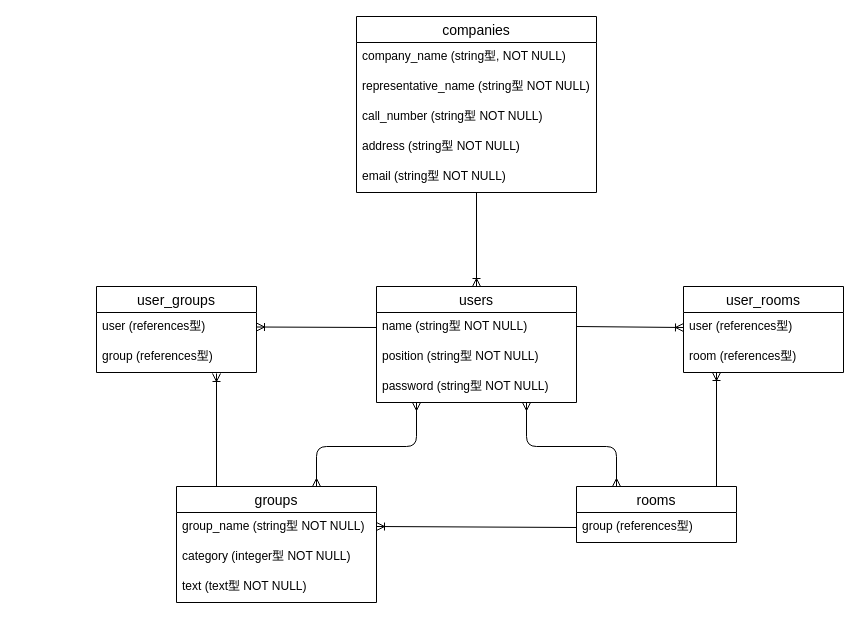
The draw.io diagram test.dio in popo03/chatpool-app, before the edit. Source tidied: cells renumbered, new cells numbered last; positions are measured from the earlier drawing's top-left corner, leaving out a move shared by most shapes. Both pictures are drawn from the tidied source at 100%, with x=0, y=0 at pixel (96, 16).
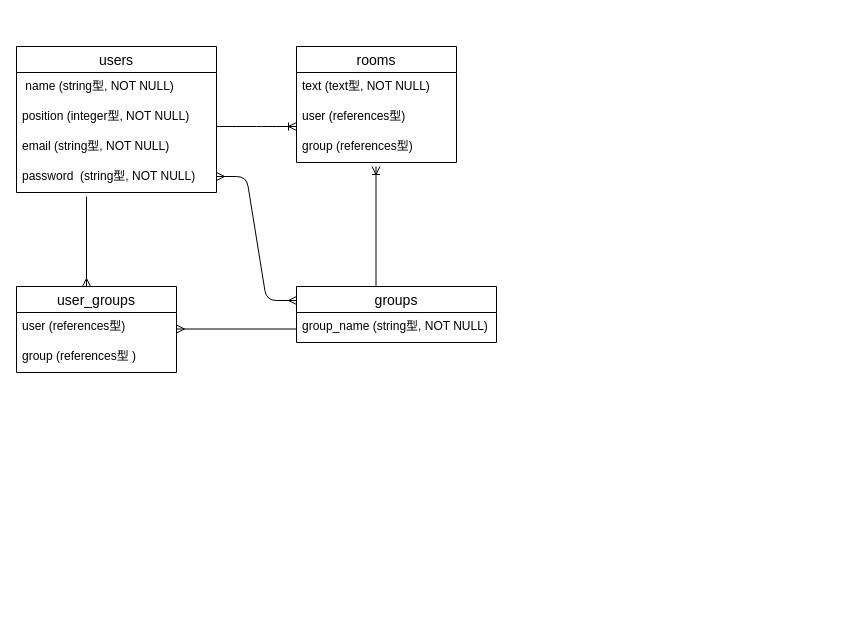
The same page after the edit.

Diff of the diagram source:
```diff
@@
-    <mxCell id="2" value="companies" style="swimlane;fontStyle=0;horizontal=1;startSize=26;align=center;fontSize=14;" parent="1" vertex="1">
-      <mxGeometry x="260" width="240" height="176" as="geometry" />
+    <mxCell id="2" value="users" style="swimlane;fontStyle=0;horizontal=1;startSize=26;align=center;fontSize=14;" parent="1" vertex="1">
+      <mxGeometry x="-80" y="30" width="200" height="146" as="geometry" />
     </mxCell>
-    <mxCell id="3" value="company_name (string型, NOT NULL)" style="text;strokeColor=none;fillColor=none;spacingLeft=4;spacingRight=4;overflow=hidden;fontSize=12;" parent="2" vertex="1">
-      <mxGeometry y="26" width="240" height="30" as="geometry" />
+    <mxCell id="3" value=" name (string型, NOT NULL)" style="text;strokeColor=none;fillColor=none;spacingLeft=4;spacingRight=4;overflow=hidden;fontSize=12;" parent="2" vertex="1">
+      <mxGeometry y="26" width="200" height="30" as="geometry" />
     </mxCell>
-    <mxCell id="4" value="representative_name (string型 NOT NULL)" style="text;strokeColor=none;fillColor=none;spacingLeft=4;spacingRight=4;overflow=hidden;fontSize=12;" parent="2" vertex="1">
-      <mxGeometry y="56" width="240" height="30" as="geometry" />
+    <mxCell id="4" value="position (integer型, NOT NULL)" style="text;strokeColor=none;fillColor=none;spacingLeft=4;spacingRight=4;overflow=hidden;fontSize=12;" parent="2" vertex="1">
+      <mxGeometry y="56" width="200" height="30" as="geometry" />
     </mxCell>
-    <mxCell id="5" value="call_number (string型 NOT NULL)" style="text;strokeColor=none;fillColor=none;spacingLeft=4;spacingRight=4;overflow=hidden;fontSize=12;" parent="2" vertex="1">
-      <mxGeometry y="86" width="240" height="30" as="geometry" />
-    </mxCell>
-    <mxCell id="6" value="address (string型 NOT NULL)" style="text;strokeColor=none;fillColor=none;spacingLeft=4;spacingRight=4;overflow=hidden;fontSize=12;" parent="2" vertex="1">
-      <mxGeometry y="116" width="240" height="30" as="geometry" />
-    </mxCell>
+    <mxCell id="32" value="email (string型, NOT NULL)" style="text;strokeColor=none;fillColor=none;spacingLeft=4;spacingRight=4;overflow=hidden;fontSize=12;" parent="2" vertex="1">
+      <mxGeometry y="86" width="200" height="30" as="geometry" />
+    </mxCell>
-    <mxCell id="7" value="email (string型 NOT NULL)" style="text;strokeColor=none;fillColor=none;spacingLeft=4;spacingRight=4;overflow=hidden;fontSize=12;" parent="2" vertex="1">
-      <mxGeometry y="146" width="240" height="30" as="geometry" />
+    <mxCell id="7" value="password  (string型, NOT NULL)" style="text;strokeColor=none;fillColor=none;spacingLeft=4;spacingRight=4;overflow=hidden;fontSize=12;" parent="2" vertex="1">
+      <mxGeometry y="116" width="200" height="30" as="geometry" />
     </mxCell>
-    <mxCell id="8" style="fontSize=12;html=1;endArrow=ERoneToMany;entryX=0.5;entryY=0;entryDx=0;entryDy=0;" parent="2" edge="1" target="9">
-      <mxGeometry relative="1" as="geometry">
-        <mxPoint x="120" y="176" as="sourcePoint" />
-      </mxGeometry>
-    </mxCell>
-    <mxCell id="9" value="users" style="swimlane;fontStyle=0;horizontal=1;startSize=26;align=center;fontSize=14;" parent="1" vertex="1">
-      <mxGeometry x="280" y="270" width="200" height="116" as="geometry" />
-    </mxCell>
-    <mxCell id="10" value="name (string型 NOT NULL)" style="text;strokeColor=none;fillColor=none;spacingLeft=4;spacingRight=4;overflow=hidden;fontSize=12;" parent="9" vertex="1">
-      <mxGeometry y="26" width="200" height="30" as="geometry" />
-    </mxCell>
-    <mxCell id="11" style="fontSize=12;html=1;endArrow=ERoneToMany;" parent="9" edge="1">
-      <mxGeometry relative="1" as="geometry">
-        <mxPoint y="41" as="sourcePoint" />
-        <mxPoint x="-120" y="40.5" as="targetPoint" />
-      </mxGeometry>
-    </mxCell>
-    <mxCell id="12" value="position (string型 NOT NULL)" style="text;strokeColor=none;fillColor=none;spacingLeft=4;spacingRight=4;overflow=hidden;fontSize=12;" parent="9" vertex="1">
-      <mxGeometry y="56" width="200" height="30" as="geometry" />
-    </mxCell>
-    <mxCell id="13" value="password (string型 NOT NULL)" style="text;strokeColor=none;fillColor=none;spacingLeft=4;spacingRight=4;overflow=hidden;fontSize=12;" parent="9" vertex="1">
-      <mxGeometry y="86" width="200" height="30" as="geometry" />
-    </mxCell>
     <mxCell id="14" value="rooms" style="swimlane;fontStyle=0;horizontal=1;startSize=26;align=center;fontSize=14;" parent="1" vertex="1">
-      <mxGeometry x="480" y="470" width="160" height="56" as="geometry" />
+      <mxGeometry x="200" y="30" width="160" height="116" as="geometry" />
     </mxCell>
+    <mxCell id="33" value="text (text型, NOT NULL)" style="text;strokeColor=none;fillColor=none;spacingLeft=4;spacingRight=4;overflow=hidden;fontSize=12;" parent="14" vertex="1">
+      <mxGeometry y="26" width="160" height="30" as="geometry" />
+    </mxCell>
+    <mxCell id="21" value="user (references型)" style="text;strokeColor=none;fillColor=none;spacingLeft=4;spacingRight=4;overflow=hidden;fontSize=12;" parent="14" vertex="1">
+      <mxGeometry y="56" width="160" height="30" as="geometry" />
+    </mxCell>
     <mxCell id="15" value="group (references型)" style="text;strokeColor=none;fillColor=none;spacingLeft=4;spacingRight=4;overflow=hidden;points=[[0,0.5],[1,0.5]];portConstraint=eastwest;fontSize=12;" parent="14" vertex="1">
-      <mxGeometry y="26" width="160" height="30" as="geometry" />
+      <mxGeometry y="86" width="160" height="30" as="geometry" />
     </mxCell>
     <mxCell id="16" value="groups" style="swimlane;fontStyle=0;horizontal=1;startSize=26;align=center;fontSize=14;" parent="1" vertex="1">
-      <mxGeometry x="80" y="470" width="200" height="116" as="geometry" />
+      <mxGeometry x="200" y="270" width="200" height="56" as="geometry" />
     </mxCell>
-    <mxCell id="17" value="group_name (string型 NOT NULL)" style="text;strokeColor=none;fillColor=none;spacingLeft=4;spacingRight=4;overflow=hidden;fontSize=12;" parent="16" vertex="1">
-      <mxGeometry y="26" width="200" height="30" as="geometry" />
-    </mxCell>
+    <mxCell id="34" value="group_name (string型, NOT NULL)" style="text;strokeColor=none;fillColor=none;spacingLeft=4;spacingRight=4;overflow=hidden;fontSize=12;" parent="16" vertex="1">
+      <mxGeometry y="26" width="200" height="30" as="geometry" />
+    </mxCell>
-    <mxCell id="18" value="category (integer型 NOT NULL)" style="text;strokeColor=none;fillColor=none;spacingLeft=4;spacingRight=4;overflow=hidden;fontSize=12;" parent="16" vertex="1">
-      <mxGeometry y="56" width="200" height="30" as="geometry" />
+    <mxCell id="18" value="user_groups" style="swimlane;fontStyle=0;horizontal=1;startSize=26;align=center;fontSize=14;" parent="1" vertex="1">
+      <mxGeometry x="-80" y="270" width="160" height="86" as="geometry" />
     </mxCell>
-    <mxCell id="19" value="text (text型 NOT NULL)" style="text;strokeColor=none;fillColor=none;spacingLeft=4;spacingRight=4;overflow=hidden;fontSize=12;" parent="16" vertex="1">
-      <mxGeometry y="86" width="200" height="30" as="geometry" />
+    <mxCell id="19" value="user (references型)" style="text;strokeColor=none;fillColor=none;spacingLeft=4;spacingRight=4;overflow=hidden;fontSize=12;" parent="18" vertex="1">
+      <mxGeometry y="26" width="160" height="30" as="geometry" />
     </mxCell>
-    <mxCell id="20" value="user_groups" style="swimlane;fontStyle=0;horizontal=1;startSize=26;align=center;fontSize=14;" parent="1" vertex="1">
-      <mxGeometry y="270" width="160" height="86" as="geometry" />
+    <mxCell id="20" value="group (references型 )" style="text;strokeColor=none;fillColor=none;spacingLeft=4;spacingRight=4;overflow=hidden;fontSize=12;" parent="18" vertex="1">
+      <mxGeometry y="56" width="160" height="30" as="geometry" />
     </mxCell>
-    <mxCell id="21" value="user (references型)" style="text;strokeColor=none;fillColor=none;spacingLeft=4;spacingRight=4;overflow=hidden;fontSize=12;" parent="20" vertex="1">
-      <mxGeometry y="26" width="160" height="30" as="geometry" />
-    </mxCell>
-    <mxCell id="22" value="group (references型)" style="text;strokeColor=none;fillColor=none;spacingLeft=4;spacingRight=4;overflow=hidden;points=[[0,0.5],[1,0.5]];portConstraint=eastwest;fontSize=12;" parent="20" vertex="1">
-      <mxGeometry y="56" width="160" height="30" as="geometry" />
+    <mxCell id="22" style="edgeStyle=entityRelationEdgeStyle;fontSize=12;html=1;endArrow=ERoneToMany;" parent="1" edge="1">
+      <mxGeometry relative="1" as="geometry">
+        <mxPoint x="120" y="110" as="sourcePoint" />
+        <mxPoint x="200" y="110" as="targetPoint" />
+      </mxGeometry>
     </mxCell>
+    <mxCell id="35" style="fontSize=12;html=1;endArrow=ERoneToMany;" parent="1" edge="1">
+      <mxGeometry relative="1" as="geometry">
+        <mxPoint x="279.5" y="270" as="sourcePoint" />
+        <mxPoint x="279.5" y="150" as="targetPoint" />
+      </mxGeometry>
+    </mxCell>
-    <mxCell id="23" value="user_rooms" style="swimlane;fontStyle=0;horizontal=1;startSize=26;align=center;fontSize=14;" parent="1" vertex="1">
-      <mxGeometry x="587" y="270" width="160" height="86" as="geometry" />
+    <mxCell id="23" style="fontSize=12;html=1;endArrow=ERmany;" parent="1" edge="1">
+      <mxGeometry relative="1" as="geometry">
+        <mxPoint x="-10" y="180" as="sourcePoint" />
+        <mxPoint x="-10" y="270" as="targetPoint" />
+      </mxGeometry>
     </mxCell>
-    <mxCell id="24" value="user (references型)" style="text;strokeColor=none;fillColor=none;spacingLeft=4;spacingRight=4;overflow=hidden;points=[[0,0.5],[1,0.5]];portConstraint=eastwest;fontSize=12;" parent="23" vertex="1">
-      <mxGeometry y="26" width="160" height="30" as="geometry" />
+    <mxCell id="24" style="fontSize=12;html=1;endArrow=ERmany;" parent="1" edge="1">
+      <mxGeometry relative="1" as="geometry">
+        <mxPoint x="200" y="312.5" as="sourcePoint" />
+        <mxPoint x="80" y="312.5" as="targetPoint" />
+      </mxGeometry>
     </mxCell>
-    <mxCell id="25" value="room (references型)" style="text;strokeColor=none;fillColor=none;spacingLeft=4;spacingRight=4;overflow=hidden;fontSize=12;" parent="23" vertex="1">
-      <mxGeometry y="56" width="160" height="30" as="geometry" />
-    </mxCell>
-    <mxCell id="26" style="fontSize=12;html=1;endArrow=ERoneToMany;exitX=0;exitY=0.5;exitDx=0;exitDy=0;" parent="1" edge="1" source="15">
-      <mxGeometry relative="1" as="geometry">
-        <mxPoint x="280" y="510" as="targetPoint" />
-      </mxGeometry>
-    </mxCell>
-    <mxCell id="27" style="edgeStyle=orthogonalEdgeStyle;fontSize=12;html=1;endArrow=ERmany;startArrow=ERmany;" parent="1" edge="1">
-      <mxGeometry relative="1" as="geometry">
-        <mxPoint x="220" y="470" as="sourcePoint" />
-        <mxPoint x="320" y="386" as="targetPoint" />
-        <Array as="points">
-          <mxPoint x="220" y="430" />
-          <mxPoint x="320" y="430" />
-        </Array>
-      </mxGeometry>
-    </mxCell>
-    <mxCell id="28" style="edgeStyle=orthogonalEdgeStyle;fontSize=12;html=1;endArrow=ERmany;startArrow=ERmany;exitX=0.25;exitY=0;exitDx=0;exitDy=0;" parent="1" edge="1" source="14">
-      <mxGeometry relative="1" as="geometry">
-        <mxPoint x="430" y="386" as="targetPoint" />
-        <Array as="points">
-          <mxPoint x="520" y="430" />
-          <mxPoint x="430" y="430" />
-        </Array>
-      </mxGeometry>
-    </mxCell>
-    <mxCell id="29" style="fontSize=12;html=1;endArrow=ERoneToMany;entryX=0;entryY=0.5;entryDx=0;entryDy=0;" parent="1" edge="1" target="24">
-      <mxGeometry relative="1" as="geometry">
-        <mxPoint x="480" y="310" as="sourcePoint" />
-      </mxGeometry>
-    </mxCell>
-    <mxCell id="30" style="fontSize=12;html=1;endArrow=ERoneToMany;" parent="1" edge="1">
-      <mxGeometry relative="1" as="geometry">
-        <mxPoint x="620" y="470" as="sourcePoint" />
-        <mxPoint x="620" y="356" as="targetPoint" />
-      </mxGeometry>
-    </mxCell>
-    <mxCell id="31" style="fontSize=12;html=1;endArrow=ERoneToMany;entryX=0.75;entryY=1.033;entryDx=0;entryDy=0;entryPerimeter=0;" parent="1" edge="1" target="22">
-      <mxGeometry relative="1" as="geometry">
-        <mxPoint x="120" y="470" as="sourcePoint" />
-      </mxGeometry>
-    </mxCell>
+    <mxCell id="36" style="edgeStyle=entityRelationEdgeStyle;fontSize=12;html=1;endArrow=ERmany;startArrow=ERmany;entryX=0;entryY=0.25;entryDx=0;entryDy=0;" parent="1" edge="1" target="16">
+      <mxGeometry relative="1" as="geometry">
+        <mxPoint x="120" y="160" as="sourcePoint" />
+      </mxGeometry>
+    </mxCell>
```
